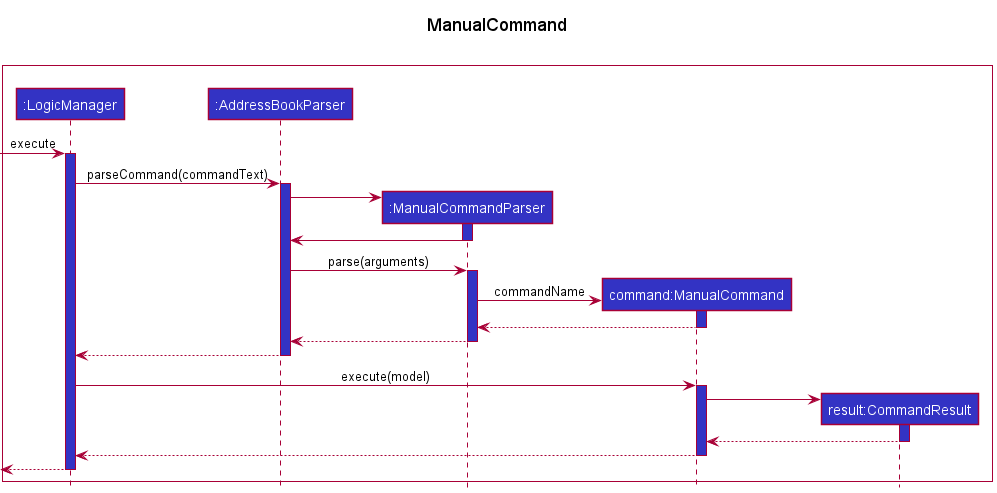
Before: docs/images/ManualCommandSequenceDiagram.png, a diagram exported from PlantUML (nus-cs2103-AY2122S2/tp). The source it was exported from:
```plantuml
@startuml
!include style.puml

title ManualCommand\n

box "Logic" #00000000
participant ":LogicManager" as LogicManager LOGIC_COLOR
participant ":AddressBookParser" as AddressBookParser LOGIC_COLOR
participant ":ManualCommandParser" as ManualCommandParser LOGIC_COLOR
participant "command:ManualCommand" as ManualCommand LOGIC_COLOR
participant "result:CommandResult" as CommandResult LOGIC_COLOR
end box

[-> LogicManager : execute
activate LogicManager LOGIC_COLOR

LogicManager -> AddressBookParser ++: parseCommand(commandText)
activate AddressBookParser LOGIC_COLOR

create ManualCommandParser
AddressBookParser -> ManualCommandParser
activate ManualCommandParser LOGIC_COLOR
ManualCommandParser -> AddressBookParser
deactivate ManualCommandParser

AddressBookParser -> ManualCommandParser ++: parse(arguments)
activate ManualCommandParser LOGIC_COLOR

create ManualCommand
ManualCommandParser -> ManualCommand ++: commandName
activate ManualCommand LOGIC_COLOR
ManualCommand --> ManualCommandParser --
deactivate ManualCommand

ManualCommandParser --> AddressBookParser --
deactivate ManualCommandParser

AddressBookParser --> LogicManager --
deactivate AddressBookParser

LogicManager -> ManualCommand ++: execute(model)
activate ManualCommand LOGIC_COLOR

create CommandResult
ManualCommand -> CommandResult ++:
activate CommandResult LOGIC_COLOR
CommandResult --> ManualCommand --:
deactivate CommandResult

ManualCommand --> LogicManager --
deactivate ManualCommand

[<--LogicManager
deactivate LogicManager

@enduml
```
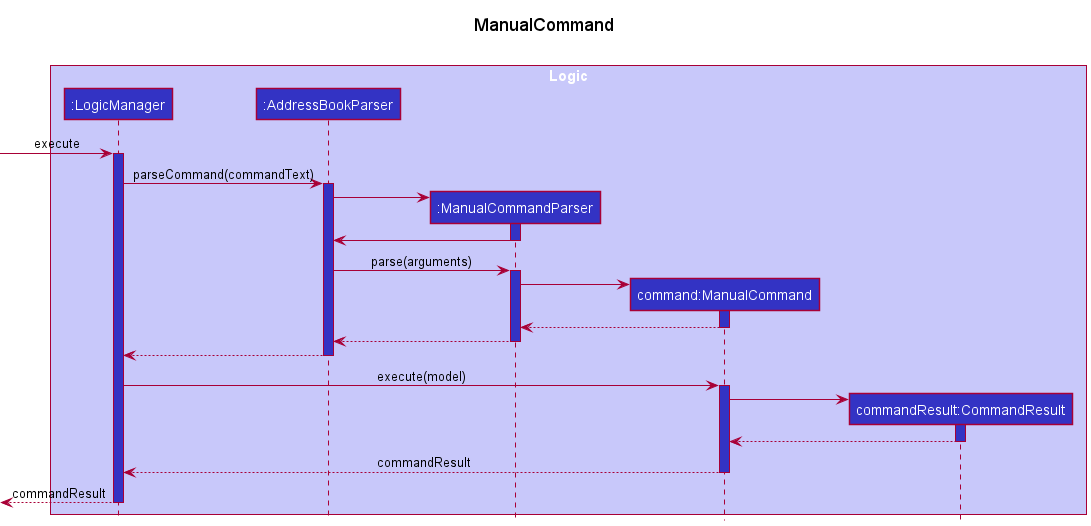
The same diagram one commit later.

Change to the diagram source:
```diff
@@ -3,18 +3,18 @@
 
 title ManualCommand\n
 
-box "Logic" #00000000
+box "Logic" LOGIC_COLOR_T1
 participant ":LogicManager" as LogicManager LOGIC_COLOR
 participant ":AddressBookParser" as AddressBookParser LOGIC_COLOR
 participant ":ManualCommandParser" as ManualCommandParser LOGIC_COLOR
 participant "command:ManualCommand" as ManualCommand LOGIC_COLOR
-participant "result:CommandResult" as CommandResult LOGIC_COLOR
+participant "commandResult:CommandResult" as CommandResult LOGIC_COLOR
 end box
 
 [-> LogicManager : execute
 activate LogicManager LOGIC_COLOR
 
-LogicManager -> AddressBookParser ++: parseCommand(commandText)
+LogicManager -> AddressBookParser: parseCommand(commandText)
 activate AddressBookParser LOGIC_COLOR
 
 create ManualCommandParser
@@ -23,11 +23,11 @@
 ManualCommandParser -> AddressBookParser
 deactivate ManualCommandParser
 
-AddressBookParser -> ManualCommandParser ++: parse(arguments)
+AddressBookParser -> ManualCommandParser: parse(arguments)
 activate ManualCommandParser LOGIC_COLOR
 
 create ManualCommand
-ManualCommandParser -> ManualCommand ++: commandName
+ManualCommandParser -> ManualCommand
 activate ManualCommand LOGIC_COLOR
 ManualCommand --> ManualCommandParser --
 deactivate ManualCommand
@@ -38,19 +38,19 @@
 AddressBookParser --> LogicManager --
 deactivate AddressBookParser
 
-LogicManager -> ManualCommand ++: execute(model)
+LogicManager -> ManualCommand: execute(model)
 activate ManualCommand LOGIC_COLOR
 
 create CommandResult
-ManualCommand -> CommandResult ++:
+ManualCommand -> CommandResult :
 activate CommandResult LOGIC_COLOR
 CommandResult --> ManualCommand --:
 deactivate CommandResult
 
-ManualCommand --> LogicManager --
+ManualCommand --> LogicManager --: commandResult
 deactivate ManualCommand
 
-[<--LogicManager
+[<--LogicManager --: commandResult
 deactivate LogicManager
 
 @enduml
```
